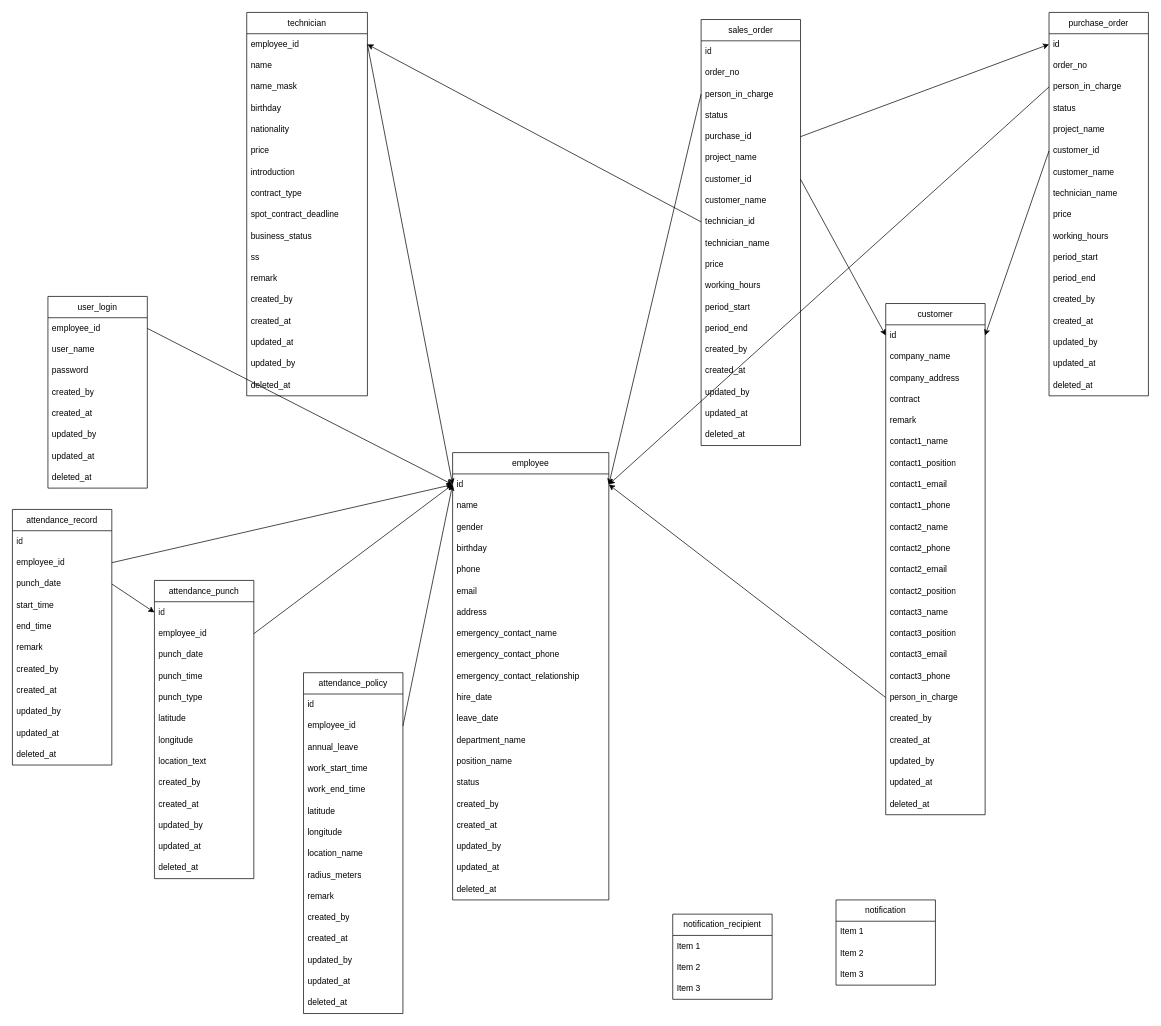
This is ER.drawio from s1991721/MatchSys, a draw.io file, before an edit. Source tidied: cells renumbered, new cells numbered last; positions are measured from the earlier drawing's top-left corner, leaving out a move shared by most shapes. Both pictures are drawn from the tidied source at 71%, with x=0, y=0 at pixel (12, 12).
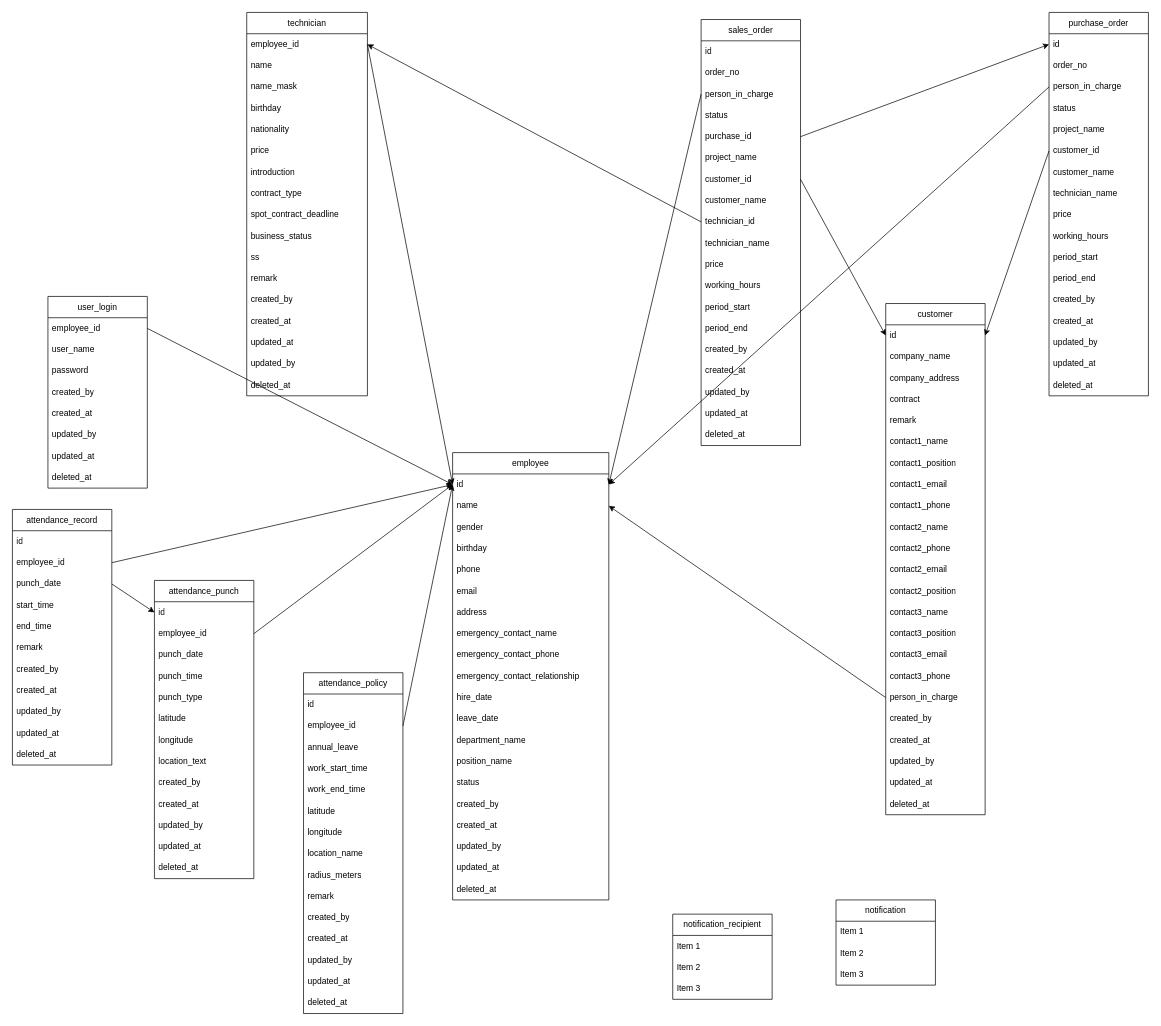
After the change.

The change refers to these unchanged cells:
```xml
<mxCell id="12" value="id" style="text;strokeColor=none;fillColor=none;align=left;verticalAlign=middle;spacingLeft=4;spacingRight=4;overflow=hidden;points=[[0,0.5],[1,0.5]];portConstraint=eastwest;whiteSpace=wrap;html=1;" parent="11" vertex="1">
  <mxGeometry y="30" width="220" height="30" as="geometry" />
</mxCell>
<mxCell id="13" value="name" style="text;strokeColor=none;fillColor=none;align=left;verticalAlign=middle;spacingLeft=4;spacingRight=4;overflow=hidden;points=[[0,0.5],[1,0.5]];portConstraint=eastwest;whiteSpace=wrap;html=1;" parent="11" vertex="1">
  <mxGeometry y="60" width="220" height="30" as="geometry" />
</mxCell>
<mxCell id="116" value="person_in_charge&amp;nbsp;" style="text;strokeColor=none;fillColor=none;align=left;verticalAlign=middle;spacingLeft=4;spacingRight=4;overflow=hidden;points=[[0,0.5],[1,0.5]];portConstraint=eastwest;whiteSpace=wrap;html=1;" parent="98" vertex="1">
  <mxGeometry y="540" width="140" height="30" as="geometry" />
</mxCell>
```

What changed in the source:
```diff
@@
-    <mxCell id="122" style="rounded=0;jettySize=auto;html=1;exitX=0;exitY=0.5;exitDx=0;exitDy=0;entryX=1;entryY=0.5;entryDx=0;entryDy=0;" parent="1" edge="1" source="116" target="12">
+    <mxCell id="122" style="rounded=0;jettySize=auto;html=1;exitX=0;exitY=0.5;exitDx=0;exitDy=0;entryX=1;entryY=0.5;entryDx=0;entryDy=0;" parent="1" edge="1" source="116" target="13">
       <mxGeometry relative="1" as="geometry" />
     </mxCell>
```
